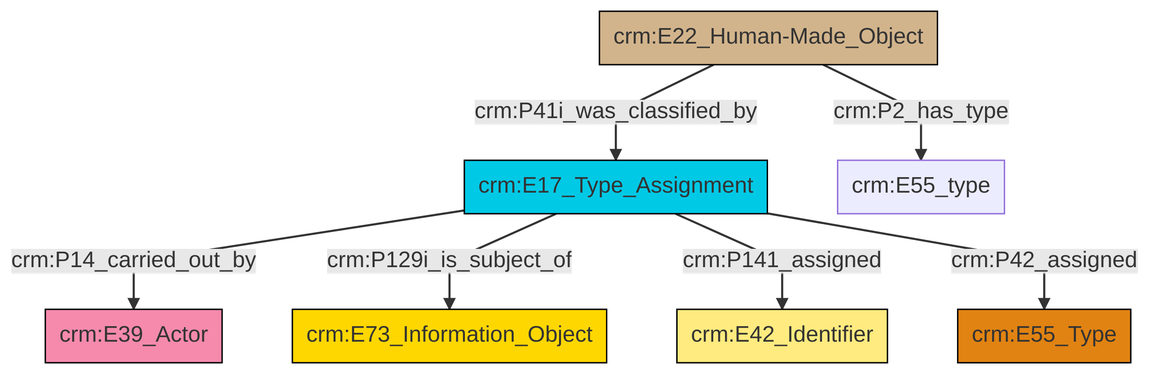
Before: et/builtWorkCSV/ttl/mmd/png/Built_Work_designation_status.png, a diagram exported from Mermaid (swiss-art-research-net/docs.swissartresearch). Its source is kept beside it as et/builtWorkCSV/ttl/mmd/Built_Work_designation_status.ttl.mmd.
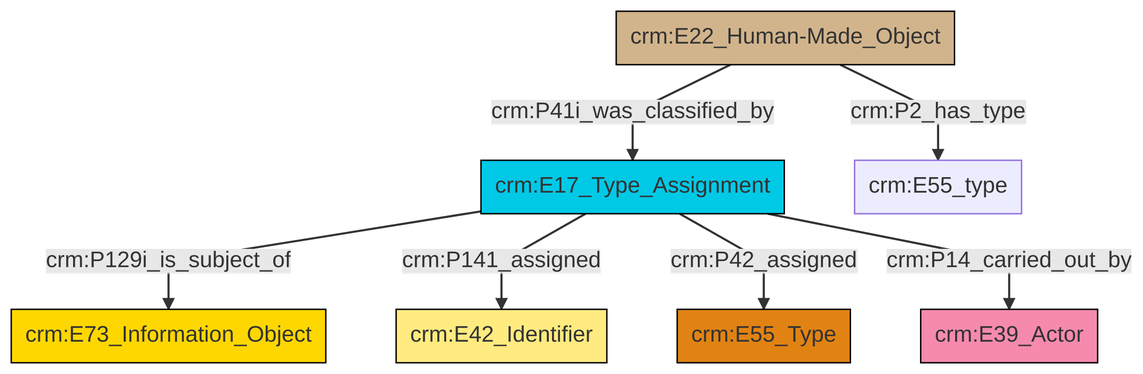
After the commit.

Change to the diagram source:
```diff
@@ -13,9 +13,9 @@
 classDef PC_Classes fill:#4ce600, stroke:#000000;
 classDef Multi fill:#cccccc,stroke:#000000;
 
-2["crm:E22_Human-Made_Object"]:::Physical_Thing -->|crm:P41i_was_classified_by| 3["crm:E17_Type_Assignment"]:::Temporal_Entity
-2["crm:E22_Human-Made_Object"]:::Physical_Thing -->|crm:P2_has_type| 4["crm:E55_type"]:::Default
-3["crm:E17_Type_Assignment"]:::Temporal_Entity -->|crm:P14_carried_out_by| 7["crm:E39_Actor"]:::Actor
-3["crm:E17_Type_Assignment"]:::Temporal_Entity -->|crm:P129i_is_subject_of| 11["crm:E73_Information_Object"]:::Conceptual_Object
-3["crm:E17_Type_Assignment"]:::Temporal_Entity -->|crm:P141_assigned| 5["crm:E42_Identifier"]:::Appellation
-3["crm:E17_Type_Assignment"]:::Temporal_Entity -->|crm:P42_assigned| 0["crm:E55_Type"]:::Type
+0["crm:E22_Human-Made_Object"]:::Physical_Thing -->|crm:P41i_was_classified_by| 1["crm:E17_Type_Assignment"]:::Temporal_Entity
+0["crm:E22_Human-Made_Object"]:::Physical_Thing -->|crm:P2_has_type| 8["crm:E55_type"]:::Default
+1["crm:E17_Type_Assignment"]:::Temporal_Entity -->|crm:P129i_is_subject_of| 9["crm:E73_Information_Object"]:::Conceptual_Object
+1["crm:E17_Type_Assignment"]:::Temporal_Entity -->|crm:P141_assigned| 5["crm:E42_Identifier"]:::Appellation
+1["crm:E17_Type_Assignment"]:::Temporal_Entity -->|crm:P42_assigned| 2["crm:E55_Type"]:::Type
+1["crm:E17_Type_Assignment"]:::Temporal_Entity -->|crm:P14_carried_out_by| 11["crm:E39_Actor"]:::Actor
```
